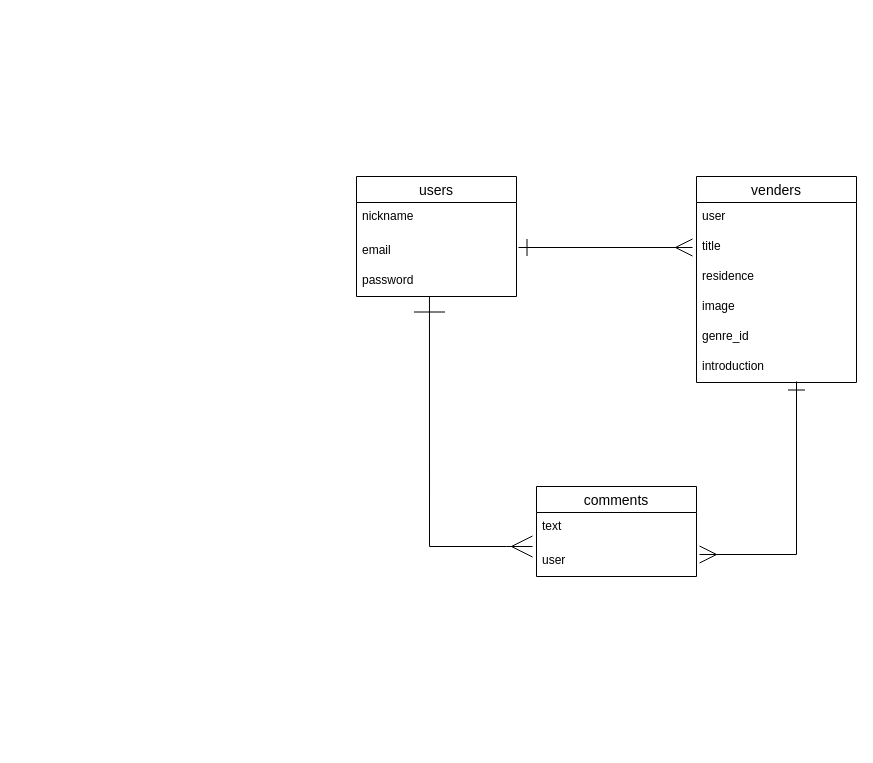
The draw.io diagram test.dio in minaema1111/vensee, before the edit. Source tidied: cells renumbered, new cells numbered last; positions are measured from the earlier drawing's top-left corner, leaving out a move shared by most shapes. Both pictures are drawn from the tidied source at 100%, with x=0, y=0 at pixel (356, 176).
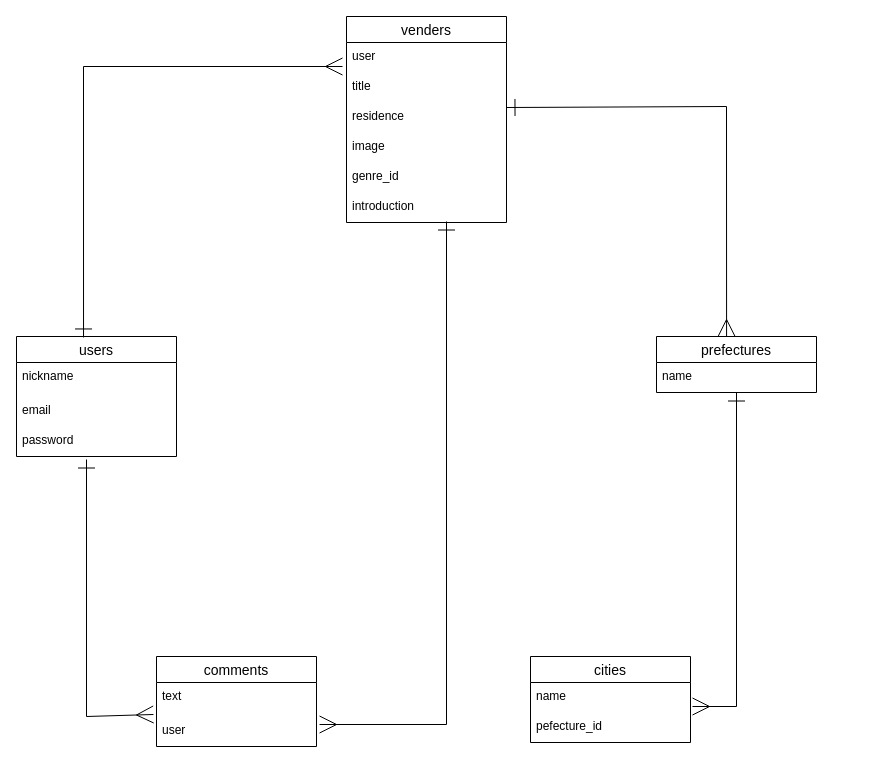
The same diagram, later.

The change refers to these unchanged cells:
```xml
<mxCell id="5" value="password" style="text;strokeColor=none;fillColor=none;spacingLeft=4;spacingRight=4;overflow=hidden;points=[[0,0.5],[1,0.5]];portConstraint=eastwest;fontSize=12;" parent="2" vertex="1">
  <mxGeometry y="90" width="160" height="30" as="geometry" />
</mxCell>
<mxCell id="9" value="residence" style="text;strokeColor=none;fillColor=none;spacingLeft=4;spacingRight=4;overflow=hidden;points=[[0,0.5],[1,0.5]];portConstraint=eastwest;fontSize=12;" parent="6" vertex="1">
  <mxGeometry y="86" width="160" height="30" as="geometry" />
</mxCell>
<mxCell id="12" value="introduction" style="text;strokeColor=none;fillColor=none;spacingLeft=4;spacingRight=4;overflow=hidden;points=[[0,0.5],[1,0.5]];portConstraint=eastwest;fontSize=12;" parent="6" vertex="1">
  <mxGeometry y="176" width="160" height="30" as="geometry" />
</mxCell>
<mxCell id="15" value="user" style="text;strokeColor=none;fillColor=none;spacingLeft=4;spacingRight=4;overflow=hidden;points=[[0,0.5],[1,0.5]];portConstraint=eastwest;fontSize=12;" parent="13" vertex="1">
  <mxGeometry y="60" width="160" height="30" as="geometry" />
</mxCell>
```

The edit, as a diff of the source:
```diff
@@
     <mxCell id="2" value="users" style="swimlane;fontStyle=0;horizontal=1;startSize=26;align=center;fontSize=14;" parent="1" vertex="1">
-      <mxGeometry width="160" height="120" as="geometry" />
+      <mxGeometry x="-340" y="160" width="160" height="120" as="geometry" />
     </mxCell>
@@
     <mxCell id="6" value="venders" style="swimlane;fontStyle=0;horizontal=1;startSize=26;align=center;fontSize=14;" parent="1" vertex="1">
-      <mxGeometry x="340" width="160" height="206" as="geometry" />
+      <mxGeometry x="-10" y="-160" width="160" height="206" as="geometry" />
     </mxCell>
@@
     <mxCell id="13" value="comments" style="swimlane;fontStyle=0;horizontal=1;startSize=26;align=center;fontSize=14;" parent="1" vertex="1">
-      <mxGeometry x="180" y="310" width="160" height="90" as="geometry" />
+      <mxGeometry x="-200" y="480" width="160" height="90" as="geometry" />
     </mxCell>
@@
-    <mxCell id="16" style="endArrow=ERone;html=1;entryX=0.456;entryY=1;entryDx=0;entryDy=0;entryPerimeter=0;rounded=0;strokeWidth=1;startArrow=ERmany;startFill=0;startSize=19;endFill=0;endSize=29;" parent="1" edge="1" target="5">
-      <mxGeometry relative="1" as="geometry">
-        <mxPoint x="176" y="370" as="sourcePoint" />
-        <Array as="points">
-          <mxPoint x="150" y="370" />
-          <mxPoint x="73" y="370" />
-        </Array>
-      </mxGeometry>
-    </mxCell>
-    <mxCell id="17" style="endArrow=ERmany;html=1;startSize=15;endSize=15;strokeWidth=1;startArrow=ERone;startFill=0;endFill=0;" parent="1" edge="1">
+    <mxCell id="17" style="endArrow=ERmany;html=1;startSize=15;endSize=15;strokeWidth=1;startArrow=ERone;startFill=0;endFill=0;rounded=0;exitX=0.419;exitY=0.008;exitDx=0;exitDy=0;exitPerimeter=0;" parent="1" edge="1" source="2">
       <mxGeometry relative="1" as="geometry">
-        <mxPoint x="162" y="71" as="sourcePoint" />
-        <mxPoint x="336" y="71" as="targetPoint" />
+        <mxPoint x="-14" y="-110" as="targetPoint" />
+        <Array as="points">
+          <mxPoint x="-273" y="-110" />
+        </Array>
       </mxGeometry>
     </mxCell>
     <mxCell id="18" style="endArrow=ERone;html=1;startSize=15;endSize=15;strokeWidth=1;entryX=0.625;entryY=0.967;entryDx=0;entryDy=0;entryPerimeter=0;exitX=1.019;exitY=0.267;exitDx=0;exitDy=0;exitPerimeter=0;rounded=0;startArrow=ERmany;startFill=0;endFill=0;" parent="1" edge="1" source="15" target="12">
       <mxGeometry relative="1" as="geometry">
         <Array as="points">
-          <mxPoint x="440" y="378" />
+          <mxPoint x="90" y="548" />
         </Array>
       </mxGeometry>
     </mxCell>
+    <mxCell id="19" style="endArrow=ERone;html=1;startSize=15;endSize=15;strokeWidth=1;exitX=-0.019;exitY=-0.067;exitDx=0;exitDy=0;exitPerimeter=0;startArrow=ERmany;startFill=0;rounded=0;endFill=0;" parent="1" edge="1" source="15">
+      <mxGeometry relative="1" as="geometry">
+        <mxPoint x="-270" y="283" as="targetPoint" />
+        <Array as="points">
+          <mxPoint x="-270" y="540" />
+        </Array>
+      </mxGeometry>
+    </mxCell>
+    <mxCell id="20" value="prefectures" style="swimlane;fontStyle=0;horizontal=1;startSize=26;align=center;fontSize=14;" parent="1" vertex="1">
+      <mxGeometry x="300" y="160" width="160" height="56" as="geometry" />
+    </mxCell>
+    <mxCell id="21" value="name" style="text;strokeColor=none;fillColor=none;spacingLeft=4;spacingRight=4;overflow=hidden;points=[[0,0.5],[1,0.5]];portConstraint=eastwest;fontSize=12;" parent="20" vertex="1">
+      <mxGeometry y="26" width="160" height="30" as="geometry" />
+    </mxCell>
+    <mxCell id="22" value="cities" style="swimlane;fontStyle=0;horizontal=1;startSize=26;align=center;fontSize=14;" parent="1" vertex="1">
+      <mxGeometry x="174" y="480" width="160" height="86" as="geometry" />
+    </mxCell>
+    <mxCell id="23" value="name" style="text;strokeColor=none;fillColor=none;spacingLeft=4;spacingRight=4;overflow=hidden;fontSize=12;" parent="22" vertex="1">
+      <mxGeometry y="26" width="160" height="30" as="geometry" />
+    </mxCell>
+    <mxCell id="24" value="pefecture_id" style="text;strokeColor=none;fillColor=none;spacingLeft=4;spacingRight=4;overflow=hidden;fontSize=12;" parent="22" vertex="1">
+      <mxGeometry y="56" width="160" height="30" as="geometry" />
+    </mxCell>
+    <mxCell id="25" style="endArrow=ERone;html=1;startSize=15;endSize=15;strokeWidth=1;rounded=0;startArrow=ERmany;startFill=0;exitX=0.438;exitY=0;exitDx=0;exitDy=0;exitPerimeter=0;endFill=0;entryX=1;entryY=0.167;entryDx=0;entryDy=0;entryPerimeter=0;" parent="1" edge="1" source="20" target="9">
+      <mxGeometry relative="1" as="geometry">
+        <Array as="points">
+          <mxPoint x="370" y="-70" />
+        </Array>
+      </mxGeometry>
+    </mxCell>
+    <mxCell id="26" style="endArrow=ERone;html=1;startSize=15;endSize=15;strokeWidth=1;rounded=0;startArrow=ERmany;startFill=0;endFill=0;" parent="1" edge="1" target="21">
+      <mxGeometry relative="1" as="geometry">
+        <mxPoint x="336" y="530" as="sourcePoint" />
+        <Array as="points">
+          <mxPoint x="380" y="530" />
+        </Array>
+      </mxGeometry>
+    </mxCell>
```
